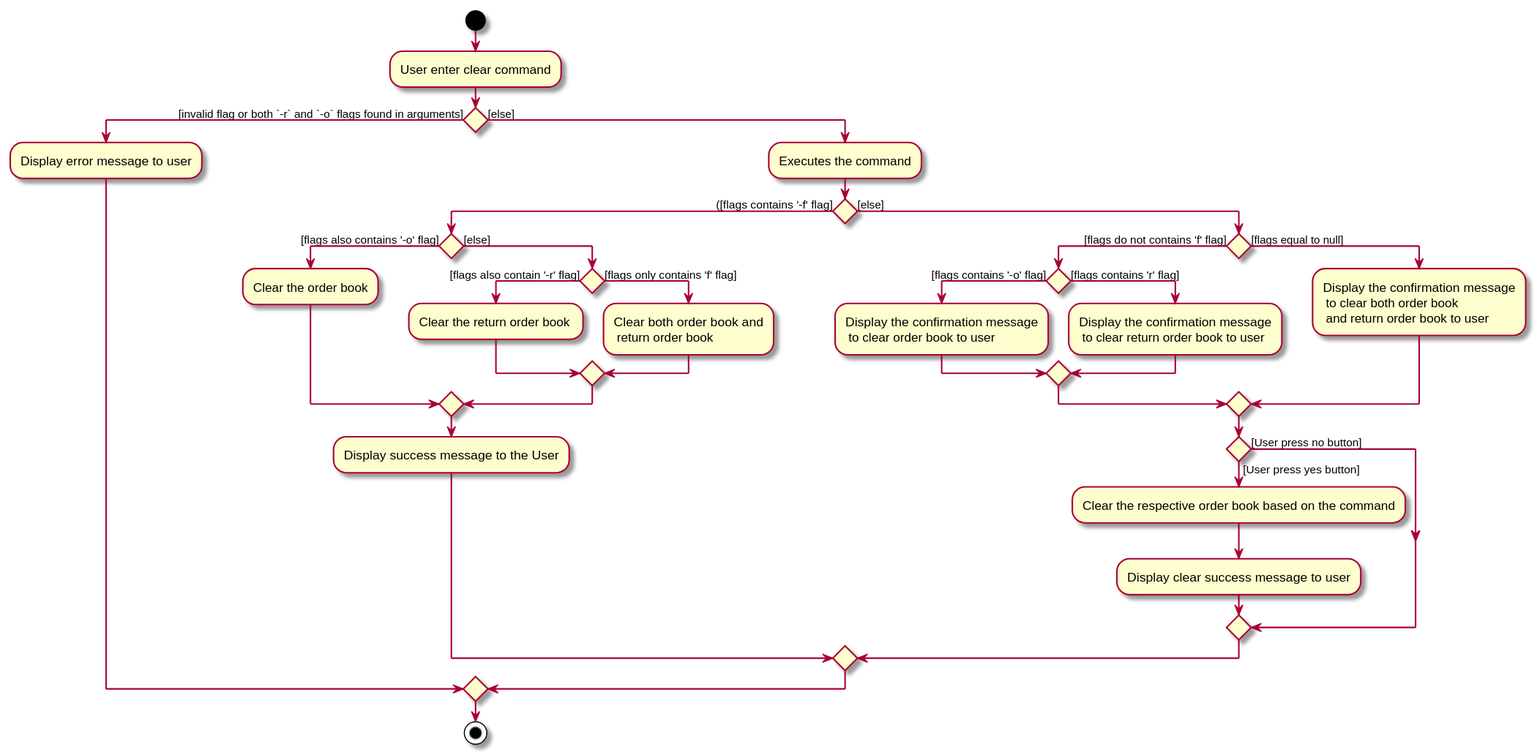
nus-cs2103-AY1920S2/addressbook-level3 keeps this PlantUML diagram as docs/images/ClearActivityDiagram.svg. Above is the earlier version.
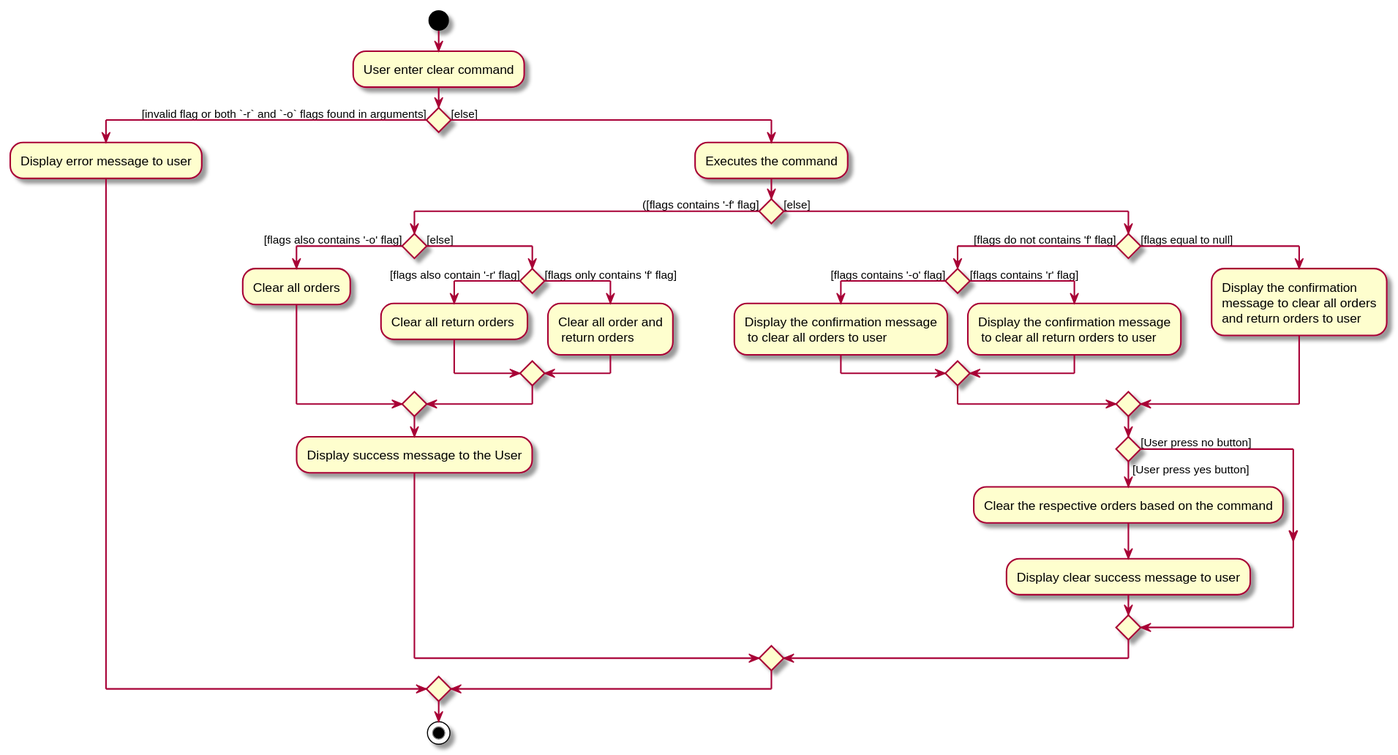
The same diagram one commit later.

Commit message:
Changes the affected uml diagrams such as ClearActivityDiagram.puml AND ExecuteClearCommand.puml

Change to the diagram source:
```diff
@@ -9,13 +9,13 @@
 
 if () then (([flags contains '-f' flag])
     if () then ([flags also contains '-o' flag])
-    :Clear the order book;
+    :Clear all orders;
     else ([else])
         if() then ([flags also contain '-r' flag])
-        :Clear the return order book ;
+        :Clear all return orders ;
         else ([flags only contains 'f' flag])
-        :Clear both order book  and
-         return order book;
+        :Clear all order and
+         return orders;
         endif
     endif
     :Display success message to the User;
@@ -24,18 +24,18 @@
     if() then([flags do not contains 'f' flag])
         if () then ([flags contains '-o' flag])
             :Display the confirmation message
-             to clear order book to user;
+             to clear all orders to user;
         else ([flags contains 'r' flag])
             :Display the confirmation message
-             to clear return order book to user;
+             to clear all return orders to user;
         endif
     else ([flags equal to null])
-    :Display the confirmation message
-     to clear both order book
-     and return order book to user;
+    :Display the confirmation
+    message to clear all orders
+    and return orders to user;
     endif
     if () then ([User press yes button])
-        :Clear the respective order book based on the command;
+        :Clear the respective orders based on the command;
         :Display clear success message to user;
     else ([User press no button])
     endif
```
